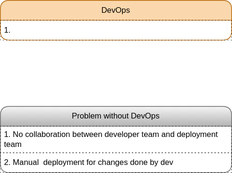
This is DevOp/devops.svg from knkrn5/Programming-Concepts, a draw.io export, as it was before one commit. Source tidied: cells renumbered, new cells last; positions are measured from the earlier drawing's top-left corner, leaving out a move shared by most shapes.
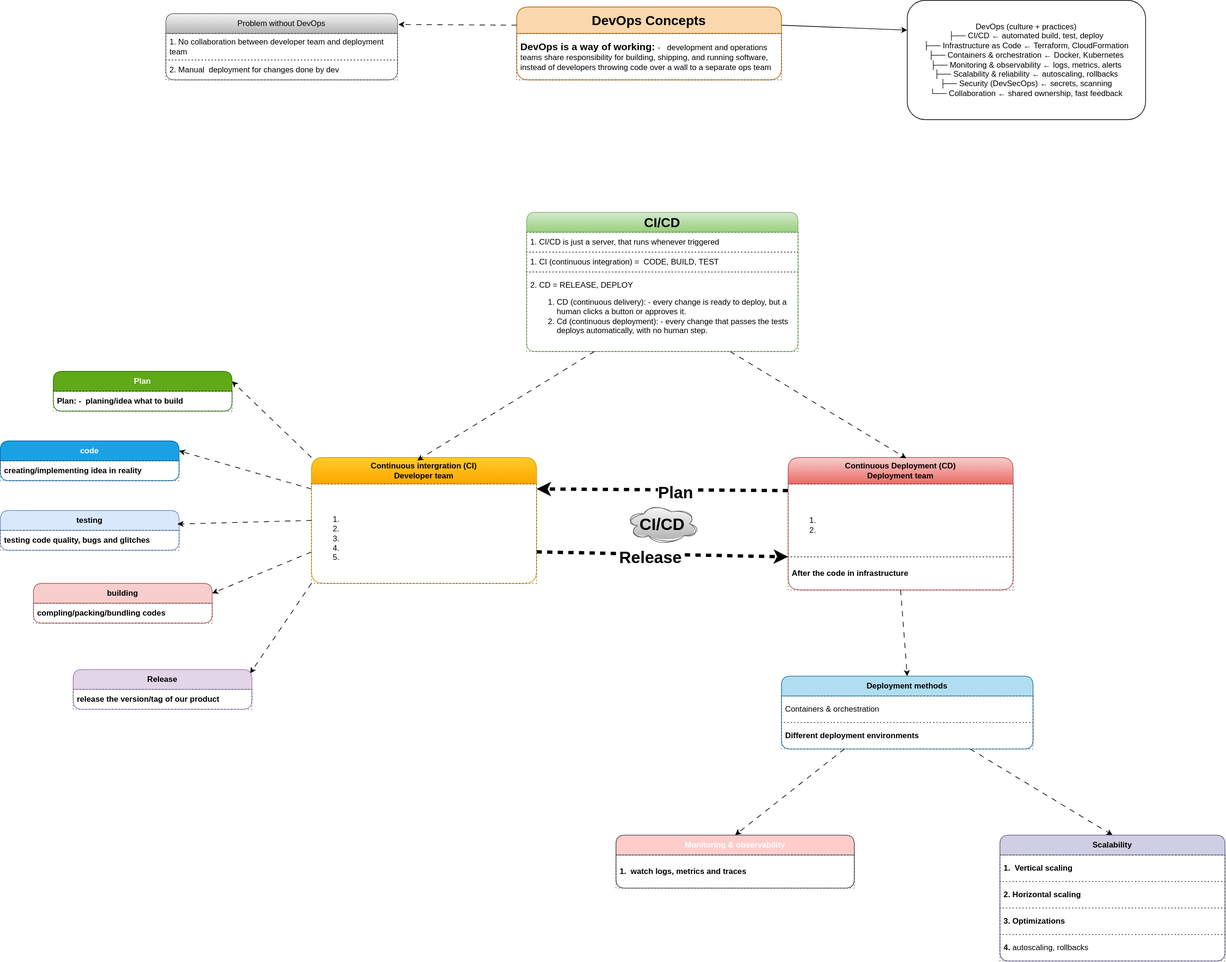
After the change.

Commit message:
Refactor code structure for improved readability and maintainability

Diff of the diagram source:
```diff
@@ -2,14 +2,17 @@
   <root>
     <mxCell id="0" />
     <mxCell id="1" parent="0" />
+    <mxCell id="7" style="edgeStyle=none;html=1;exitX=1;exitY=0.25;exitDx=0;exitDy=0;entryX=0;entryY=0.25;entryDx=0;entryDy=0;" parent="1" edge="1" source="2" target="53">
+      <mxGeometry relative="1" as="geometry" />
+    </mxCell>
-    <mxCell id="2" value="DevOps" style="swimlane;fontStyle=0;horizontal=1;startSize=30;whiteSpace=wrap;html=1;rounded=1;fillColor=#fad7ac;strokeColor=#b46504;" parent="1" vertex="1">
-      <mxGeometry width="350" height="60" as="geometry" />
+    <mxCell id="2" value="&lt;b&gt;&lt;font style=&quot;font-size: 20px;&quot;&gt;DevOps Concepts&lt;/font&gt;&lt;/b&gt;" style="swimlane;fontStyle=0;horizontal=1;startSize=40;whiteSpace=wrap;html=1;rounded=1;fillColor=#fad7ac;strokeColor=#b46504;" parent="1" vertex="1">
+      <mxGeometry x="-110" y="-40" width="400" height="110" as="geometry" />
     </mxCell>
-    <mxCell id="3" value="1.&amp;nbsp;" style="text;strokeColor=default;fillColor=none;align=left;verticalAlign=middle;spacingLeft=4;spacingRight=4;overflow=hidden;whiteSpace=wrap;html=1;rounded=0;dashed=1;dashPattern=1 4;" parent="2" vertex="1">
-      <mxGeometry y="30" width="350" height="30" as="geometry" />
+    <mxCell id="3" value="&lt;b&gt;&lt;font style=&quot;font-size: 15px;&quot;&gt;DevOps is a way of working: &lt;/font&gt;&lt;/b&gt;-&amp;nbsp;&amp;nbsp; &lt;span style=&quot;background-color: light-dark(rgb(255, 255, 255), rgb(51, 0, 102));&quot;&gt;development&lt;/span&gt; and &lt;span style=&quot;background-color: light-dark(rgb(255, 255, 255), rgb(0, 102, 51));&quot;&gt;operations teams&lt;/span&gt; share responsibility for building, shipping, and running software, instead of developers throwing code over a wall to a separate ops team" style="text;strokeColor=default;fillColor=none;align=left;verticalAlign=middle;spacingLeft=4;spacingRight=4;overflow=hidden;whiteSpace=wrap;html=1;rounded=0;dashed=1;dashPattern=1 4;" parent="2" vertex="1">
+      <mxGeometry y="40" width="400" height="70" as="geometry" />
     </mxCell>
     <mxCell id="4" value="Problem without DevOps" style="swimlane;fontStyle=0;horizontal=1;startSize=30;whiteSpace=wrap;html=1;rounded=1;fillColor=#f5f5f5;strokeColor=#666666;gradientColor=#b3b3b3;" parent="1" vertex="1">
-      <mxGeometry y="160" width="350" height="100" as="geometry" />
+      <mxGeometry x="-640" y="-30" width="350" height="100" as="geometry" />
     </mxCell>
     <mxCell id="5" value="1. No collaboration between developer team and deployment team" style="text;strokeColor=default;fillColor=none;align=left;verticalAlign=middle;spacingLeft=4;spacingRight=4;overflow=hidden;whiteSpace=wrap;html=1;rounded=0;dashed=1;dashPattern=1 4;" parent="4" vertex="1">
       <mxGeometry y="30" width="350" height="40" as="geometry" />
@@ -17,5 +20,145 @@
     <mxCell id="6" value="2. Manual&amp;nbsp; deployment for changes done by dev" style="text;strokeColor=default;fillColor=none;align=left;verticalAlign=middle;spacingLeft=4;spacingRight=4;overflow=hidden;whiteSpace=wrap;html=1;rounded=0;dashed=1;dashPattern=1 4;" parent="4" vertex="1">
       <mxGeometry y="70" width="350" height="30" as="geometry" />
     </mxCell>
+    <mxCell id="8" style="edgeStyle=none;html=1;exitX=1;exitY=0.75;exitDx=0;exitDy=0;entryX=0;entryY=0.75;entryDx=0;entryDy=0;endSize=6;strokeWidth=5;flowAnimation=1;" parent="1" edge="1" source="14" target="30">
+      <mxGeometry relative="1" as="geometry" />
+    </mxCell>
+    <mxCell id="9" value="&lt;b&gt;&lt;font style=&quot;font-size: 25px;&quot;&gt;Release&lt;/font&gt;&lt;/b&gt;" style="edgeLabel;html=1;align=center;verticalAlign=middle;" parent="8" vertex="1">
+      <mxGeometry x="-0.1" y="-4" relative="1" as="geometry" />
+    </mxCell>
+    <mxCell id="10" style="edgeStyle=none;html=1;exitX=0;exitY=0;exitDx=0;exitDy=0;entryX=1;entryY=0.25;entryDx=0;entryDy=0;flowAnimation=1;" parent="1" edge="1" source="14" target="16">
+      <mxGeometry relative="1" as="geometry" />
+    </mxCell>
+    <mxCell id="11" style="edgeStyle=none;html=1;exitX=0;exitY=0.25;exitDx=0;exitDy=0;entryX=1;entryY=0.25;entryDx=0;entryDy=0;flowAnimation=1;" parent="1" edge="1" source="14" target="18">
+      <mxGeometry relative="1" as="geometry" />
+    </mxCell>
+    <mxCell id="12" style="edgeStyle=none;html=1;exitX=0;exitY=0.75;exitDx=0;exitDy=0;entryX=1;entryY=0.25;entryDx=0;entryDy=0;flowAnimation=1;" parent="1" edge="1" source="14" target="22">
+      <mxGeometry relative="1" as="geometry" />
+    </mxCell>
+    <mxCell id="13" style="edgeStyle=none;html=1;exitX=0;exitY=1;exitDx=0;exitDy=0;entryX=0.99;entryY=0.098;entryDx=0;entryDy=0;entryPerimeter=0;flowAnimation=1;" parent="1" edge="1" source="14" target="24">
+      <mxGeometry relative="1" as="geometry" />
+    </mxCell>
+    <mxCell id="14" value="&lt;b&gt;Continuous intergration (CI)&lt;br&gt;Developer team&lt;/b&gt;" style="swimlane;fontStyle=0;horizontal=1;startSize=40;whiteSpace=wrap;html=1;rounded=1;fillColor=#ffcd28;strokeColor=#d79b00;gradientColor=#ffa500;" parent="1" vertex="1">
+      <mxGeometry x="-420" y="640" width="340" height="190" as="geometry" />
+    </mxCell>
+    <mxCell id="15" value="&lt;span style=&quot;color: light-dark(rgb(255, 255, 255), rgb(255, 255, 255));&quot;&gt;&lt;b&gt;CI includes: -&amp;nbsp;&lt;/b&gt;&lt;br&gt;&lt;/span&gt;&lt;ol&gt;&lt;li&gt;&lt;span style=&quot;color: light-dark(rgb(255, 255, 255), rgb(255, 255, 255));&quot;&gt;planing&lt;/span&gt;&lt;/li&gt;&lt;li&gt;&lt;span style=&quot;color: light-dark(rgb(255, 255, 255), rgb(255, 255, 255));&quot;&gt;coding&lt;/span&gt;&lt;/li&gt;&lt;li&gt;&lt;span style=&quot;color: light-dark(rgb(255, 255, 255), rgb(255, 255, 255));&quot;&gt;testing&lt;/span&gt;&lt;/li&gt;&lt;li&gt;&lt;span style=&quot;color: light-dark(rgb(255, 255, 255), rgb(255, 255, 255));&quot;&gt;building&lt;/span&gt;&lt;/li&gt;&lt;li&gt;&lt;span style=&quot;color: light-dark(rgb(255, 255, 255), rgb(255, 255, 255));&quot;&gt;release&lt;/span&gt;&lt;/li&gt;&lt;/ol&gt;" style="text;strokeColor=default;fillColor=none;align=left;verticalAlign=middle;spacingLeft=4;spacingRight=4;overflow=hidden;whiteSpace=wrap;html=1;dashed=1;dashPattern=1 4;" parent="14" vertex="1">
+      <mxGeometry y="40" width="340" height="150" as="geometry" />
+    </mxCell>
+    <mxCell id="16" value="&lt;b&gt;Plan&lt;/b&gt;" style="swimlane;fontStyle=0;horizontal=1;startSize=30;whiteSpace=wrap;html=1;rounded=1;fillColor=#60a917;strokeColor=#2D7600;fontColor=#ffffff;" parent="1" vertex="1">
+      <mxGeometry x="-810" y="510" width="270" height="60" as="geometry" />
+    </mxCell>
+    <mxCell id="17" value="&lt;b&gt;Plan: -&amp;nbsp; planing/idea what to build&lt;/b&gt;" style="text;strokeColor=default;fillColor=none;align=left;verticalAlign=middle;spacingLeft=4;spacingRight=4;overflow=hidden;whiteSpace=wrap;html=1;dashed=1;dashPattern=1 4;" parent="16" vertex="1">
+      <mxGeometry y="30" width="270" height="30" as="geometry" />
+    </mxCell>
+    <mxCell id="18" value="&lt;b&gt;code&lt;/b&gt;" style="swimlane;fontStyle=0;horizontal=1;startSize=30;whiteSpace=wrap;html=1;rounded=1;fillColor=#1ba1e2;strokeColor=#006EAF;fontColor=#ffffff;" parent="1" vertex="1">
+      <mxGeometry x="-890" y="615" width="270" height="60" as="geometry" />
+    </mxCell>
+    <mxCell id="19" value="&lt;b&gt;creating/implementing idea in reality&lt;/b&gt;" style="text;strokeColor=default;fillColor=none;align=left;verticalAlign=middle;spacingLeft=4;spacingRight=4;overflow=hidden;whiteSpace=wrap;html=1;dashed=1;dashPattern=1 4;" parent="18" vertex="1">
+      <mxGeometry y="30" width="270" height="30" as="geometry" />
+    </mxCell>
+    <mxCell id="20" value="&lt;b&gt;testing&lt;/b&gt;" style="swimlane;fontStyle=0;horizontal=1;startSize=30;whiteSpace=wrap;html=1;rounded=1;fillColor=#dae8fc;strokeColor=#6c8ebf;" parent="1" vertex="1">
+      <mxGeometry x="-890" y="720" width="270" height="60" as="geometry" />
+    </mxCell>
+    <mxCell id="21" value="&lt;b&gt;testing code quality, bugs and glitches&lt;/b&gt;" style="text;strokeColor=default;fillColor=none;align=left;verticalAlign=middle;spacingLeft=4;spacingRight=4;overflow=hidden;whiteSpace=wrap;html=1;dashed=1;dashPattern=1 4;" parent="20" vertex="1">
+      <mxGeometry y="30" width="270" height="30" as="geometry" />
+    </mxCell>
+    <mxCell id="22" value="&lt;b&gt;building&lt;/b&gt;" style="swimlane;fontStyle=0;horizontal=1;startSize=30;whiteSpace=wrap;html=1;rounded=1;fillColor=#f8cecc;strokeColor=#b85450;" parent="1" vertex="1">
+      <mxGeometry x="-840" y="830" width="270" height="60" as="geometry" />
+    </mxCell>
+    <mxCell id="23" value="&lt;b&gt;compling/packing/bundling codes&lt;/b&gt;" style="text;strokeColor=default;fillColor=none;align=left;verticalAlign=middle;spacingLeft=4;spacingRight=4;overflow=hidden;whiteSpace=wrap;html=1;dashed=1;dashPattern=1 4;" parent="22" vertex="1">
+      <mxGeometry y="30" width="270" height="30" as="geometry" />
+    </mxCell>
+    <mxCell id="24" value="&lt;b&gt;Release&lt;/b&gt;" style="swimlane;fontStyle=0;horizontal=1;startSize=30;whiteSpace=wrap;html=1;rounded=1;fillColor=#e1d5e7;strokeColor=#9673a6;" parent="1" vertex="1">
+      <mxGeometry x="-780" y="960" width="270" height="60" as="geometry" />
+    </mxCell>
+    <mxCell id="25" value="&lt;b&gt;release the version/tag of our product&lt;/b&gt;" style="text;strokeColor=default;fillColor=none;align=left;verticalAlign=middle;spacingLeft=4;spacingRight=4;overflow=hidden;whiteSpace=wrap;html=1;dashed=1;dashPattern=1 4;" parent="24" vertex="1">
+      <mxGeometry y="30" width="270" height="30" as="geometry" />
+    </mxCell>
+    <mxCell id="26" style="edgeStyle=none;html=1;exitX=0;exitY=0.25;exitDx=0;exitDy=0;entryX=1;entryY=0.25;entryDx=0;entryDy=0;strokeWidth=5;flowAnimation=1;" parent="1" edge="1" source="30" target="14">
+      <mxGeometry relative="1" as="geometry" />
+    </mxCell>
+    <mxCell id="27" value="&lt;b&gt;&lt;font style=&quot;font-size: 25px;&quot;&gt;Plan&lt;/font&gt;&lt;/b&gt;" style="edgeLabel;html=1;align=center;verticalAlign=middle;" parent="26" vertex="1">
+      <mxGeometry x="-0.17" y="3" relative="1" as="geometry">
+        <mxPoint x="-12" as="offset" />
+      </mxGeometry>
+    </mxCell>
+    <mxCell id="28" style="edgeStyle=none;html=1;exitX=0.75;exitY=1;exitDx=0;exitDy=0;entryX=0.5;entryY=0;entryDx=0;entryDy=0;flowAnimation=1;" parent="1" edge="1" source="33" target="36">
+      <mxGeometry relative="1" as="geometry" />
+    </mxCell>
+    <mxCell id="29" style="edgeStyle=none;html=1;exitX=0.25;exitY=1;exitDx=0;exitDy=0;entryX=0.5;entryY=0;entryDx=0;entryDy=0;flowAnimation=1;" parent="1" edge="1" source="33" target="41">
+      <mxGeometry relative="1" as="geometry" />
+    </mxCell>
+    <mxCell id="30" value="&lt;b&gt;Continuous Deployment (CD)&lt;br&gt;Deployment team&lt;/b&gt;" style="swimlane;fontStyle=0;horizontal=1;startSize=40;whiteSpace=wrap;html=1;rounded=1;fillColor=#f8cecc;strokeColor=#b85450;gradientColor=#ea6b66;" parent="1" vertex="1">
+      <mxGeometry x="300" y="640" width="340" height="200" as="geometry" />
+    </mxCell>
+    <mxCell id="31" value="&lt;span style=&quot;color: light-dark(rgb(255, 255, 255), rgb(255, 255, 255));&quot;&gt;&lt;b&gt;CD includes: -&amp;nbsp;&lt;/b&gt;&lt;br&gt;&lt;/span&gt;&lt;ol&gt;&lt;li&gt;&lt;span style=&quot;color: light-dark(rgb(255, 255, 255), rgb(255, 255, 255));&quot;&gt;deploy the build/tested code to remote server&lt;/span&gt;&lt;/li&gt;&lt;li&gt;&lt;span style=&quot;color: light-dark(rgb(255, 255, 255), rgb(255, 255, 255));&quot;&gt;measurements like logs, obserbility etc&lt;/span&gt;&lt;/li&gt;&lt;/ol&gt;" style="text;strokeColor=default;fillColor=none;align=left;verticalAlign=middle;spacingLeft=4;spacingRight=4;overflow=hidden;whiteSpace=wrap;html=1;dashed=1;dashPattern=1 4;" parent="30" vertex="1">
+      <mxGeometry y="40" width="340" height="110" as="geometry" />
+    </mxCell>
+    <mxCell id="32" value="&lt;b&gt;After the code in infrastructure&lt;/b&gt;" style="text;strokeColor=default;fillColor=none;align=left;verticalAlign=middle;spacingLeft=4;spacingRight=4;overflow=hidden;whiteSpace=wrap;html=1;dashed=1;dashPattern=1 4;" parent="30" vertex="1">
+      <mxGeometry y="150" width="340" height="50" as="geometry" />
+    </mxCell>
+    <mxCell id="33" value="&lt;b&gt;Deployment methods&lt;/b&gt;" style="swimlane;fontStyle=0;horizontal=1;startSize=30;whiteSpace=wrap;html=1;rounded=1;fillColor=#b1ddf0;strokeColor=#10739e;" parent="1" vertex="1">
+      <mxGeometry x="290" y="970" width="380" height="110" as="geometry" />
+    </mxCell>
+    <mxCell id="34" value="Containers &amp;amp; orchestration" style="text;strokeColor=default;fillColor=none;align=left;verticalAlign=middle;spacingLeft=4;spacingRight=4;overflow=hidden;whiteSpace=wrap;html=1;dashed=1;dashPattern=1 4;" parent="33" vertex="1">
+      <mxGeometry y="30" width="380" height="40" as="geometry" />
+    </mxCell>
+    <mxCell id="35" value="&lt;b&gt;Different deployment environments&lt;/b&gt;" style="text;strokeColor=default;fillColor=none;align=left;verticalAlign=middle;spacingLeft=4;spacingRight=4;overflow=hidden;whiteSpace=wrap;html=1;dashed=1;dashPattern=1 4;" parent="33" vertex="1">
+      <mxGeometry y="70" width="380" height="40" as="geometry" />
+    </mxCell>
+    <mxCell id="36" value="&lt;b&gt;Scalability&lt;/b&gt;" style="swimlane;fontStyle=0;horizontal=1;startSize=30;whiteSpace=wrap;html=1;rounded=1;fillColor=#d0cee2;strokeColor=#56517e;" parent="1" vertex="1">
+      <mxGeometry x="620" y="1210" width="340" height="190" as="geometry" />
+    </mxCell>
+    <mxCell id="37" value="&lt;b&gt;1.&amp;nbsp; Vertical scaling&lt;/b&gt;" style="text;strokeColor=default;fillColor=none;align=left;verticalAlign=middle;spacingLeft=4;spacingRight=4;overflow=hidden;whiteSpace=wrap;html=1;dashed=1;dashPattern=1 4;" parent="36" vertex="1">
+      <mxGeometry y="30" width="340" height="40" as="geometry" />
+    </mxCell>
+    <mxCell id="38" value="&lt;b&gt;2. Horizontal scaling&lt;/b&gt;" style="text;strokeColor=default;fillColor=none;align=left;verticalAlign=middle;spacingLeft=4;spacingRight=4;overflow=hidden;whiteSpace=wrap;html=1;dashed=1;dashPattern=1 4;" parent="36" vertex="1">
+      <mxGeometry y="70" width="340" height="40" as="geometry" />
+    </mxCell>
+    <mxCell id="39" value="&lt;b&gt;3. Optimizations&lt;/b&gt;" style="text;strokeColor=default;fillColor=none;align=left;verticalAlign=middle;spacingLeft=4;spacingRight=4;overflow=hidden;whiteSpace=wrap;html=1;dashed=1;dashPattern=1 4;" parent="36" vertex="1">
+      <mxGeometry y="110" width="340" height="40" as="geometry" />
+    </mxCell>
+    <mxCell id="40" value="&lt;b&gt;4.&amp;nbsp;&lt;/b&gt;autoscaling, rollbacks" style="text;strokeColor=default;fillColor=none;align=left;verticalAlign=middle;spacingLeft=4;spacingRight=4;overflow=hidden;whiteSpace=wrap;html=1;dashed=1;dashPattern=1 4;" parent="36" vertex="1">
+      <mxGeometry y="150" width="340" height="40" as="geometry" />
+    </mxCell>
+    <mxCell id="41" value="&lt;span style=&quot;color: light-dark(rgb(255, 255, 255), rgb(255, 255, 255));&quot;&gt;&lt;b&gt;Monitoring &amp;amp; observability&lt;/b&gt;&lt;/span&gt;" style="swimlane;fontStyle=0;horizontal=1;startSize=30;whiteSpace=wrap;html=1;rounded=1;fillColor=#ffcccc;strokeColor=#36393d;" parent="1" vertex="1">
+      <mxGeometry x="40" y="1210" width="360" height="80" as="geometry" />
+    </mxCell>
+    <mxCell id="42" value="&lt;b&gt;1.&amp;nbsp; watch logs, metrics and traces&lt;/b&gt;" style="text;strokeColor=default;fillColor=none;align=left;verticalAlign=middle;spacingLeft=4;spacingRight=4;overflow=hidden;whiteSpace=wrap;html=1;dashed=1;dashPattern=1 4;" parent="41" vertex="1">
+      <mxGeometry y="30" width="360" height="50" as="geometry" />
+    </mxCell>
+    <mxCell id="43" style="edgeStyle=none;html=1;exitX=0.75;exitY=1;exitDx=0;exitDy=0;entryX=0.525;entryY=0.006;entryDx=0;entryDy=0;entryPerimeter=0;flowAnimation=1;" parent="1" edge="1" source="44" target="30">
+      <mxGeometry relative="1" as="geometry" />
+    </mxCell>
+    <mxCell id="44" value="&lt;b&gt;&lt;font style=&quot;font-size: 20px;&quot;&gt;CI/CD&lt;/font&gt;&lt;/b&gt;" style="swimlane;fontStyle=0;horizontal=1;startSize=30;whiteSpace=wrap;html=1;rounded=1;fillColor=#d5e8d4;strokeColor=#82b366;gradientColor=#97d077;" parent="1" vertex="1">
+      <mxGeometry x="-95" y="270" width="410" height="210" as="geometry" />
+    </mxCell>
+    <mxCell id="45" value="1. CI/CD is just a server, that runs whenever triggered" style="text;strokeColor=default;fillColor=none;align=left;verticalAlign=middle;spacingLeft=4;spacingRight=4;overflow=hidden;whiteSpace=wrap;html=1;dashed=1;dashPattern=1 4;" parent="44" vertex="1">
+      <mxGeometry y="30" width="410" height="30" as="geometry" />
+    </mxCell>
+    <mxCell id="46" value="1. CI (continuous integration) =&amp;nbsp; CODE, BUILD, TEST" style="text;strokeColor=default;fillColor=none;align=left;verticalAlign=middle;spacingLeft=4;spacingRight=4;overflow=hidden;whiteSpace=wrap;html=1;dashed=1;dashPattern=1 4;" parent="44" vertex="1">
+      <mxGeometry y="60" width="410" height="30" as="geometry" />
+    </mxCell>
+    <mxCell id="47" value="&lt;font style=&quot;color: light-dark(rgb(0, 0, 0), rgb(255, 255, 255));&quot;&gt;2. CD = RELEASE, DEPLOY&lt;/font&gt;&lt;div&gt;&lt;ol&gt;&lt;li&gt;&lt;font style=&quot;color: light-dark(rgb(0, 0, 0), rgb(255, 255, 255));&quot;&gt;CD (continuous delivery): -&amp;nbsp;every change is ready to deploy, but a human clicks a button or approves it.&lt;/font&gt;&lt;/li&gt;&lt;li&gt;&lt;font style=&quot;color: light-dark(rgb(0, 0, 0), rgb(255, 255, 255));&quot;&gt;Cd (continuous deployment): -&amp;nbsp;every change that passes the tests deploys automatically, with no human step.&lt;/font&gt;&lt;/li&gt;&lt;/ol&gt;&lt;/div&gt;" style="text;strokeColor=default;fillColor=none;align=left;verticalAlign=middle;spacingLeft=4;spacingRight=4;overflow=hidden;whiteSpace=wrap;html=1;dashed=1;dashPattern=1 4;" parent="44" vertex="1">
+      <mxGeometry y="90" width="410" height="120" as="geometry" />
+    </mxCell>
+    <mxCell id="48" style="edgeStyle=none;html=1;exitX=0;exitY=0.5;exitDx=0;exitDy=0;entryX=0.991;entryY=0.341;entryDx=0;entryDy=0;entryPerimeter=0;flowAnimation=1;" parent="1" edge="1" source="14" target="20">
+      <mxGeometry relative="1" as="geometry" />
+    </mxCell>
+    <mxCell id="49" style="edgeStyle=none;html=1;entryX=0.5;entryY=0;entryDx=0;entryDy=0;flowAnimation=1;exitX=0.5;exitY=1;exitDx=0;exitDy=0;" parent="1" edge="1" source="30" target="33">
+      <mxGeometry relative="1" as="geometry" />
+    </mxCell>
+    <mxCell id="50" value="&lt;b&gt;&lt;font style=&quot;font-size: 25px;&quot;&gt;CI/CD&lt;/font&gt;&lt;/b&gt;" style="ellipse;shape=cloud;whiteSpace=wrap;html=1;fillColor=#f5f5f5;gradientColor=#b3b3b3;strokeColor=#666666;sketch=1;curveFitting=1;jiggle=2;" parent="1" vertex="1">
+      <mxGeometry x="55" y="710" width="110" height="60" as="geometry" />
+    </mxCell>
+    <mxCell id="51" style="edgeStyle=none;html=1;exitX=0.25;exitY=1;exitDx=0;exitDy=0;entryX=0.47;entryY=0.023;entryDx=0;entryDy=0;entryPerimeter=0;flowAnimation=1;" parent="1" edge="1" source="44" target="14">
+      <mxGeometry relative="1" as="geometry" />
+    </mxCell>
+    <mxCell id="52" style="edgeStyle=none;html=1;exitX=0;exitY=0.25;exitDx=0;exitDy=0;entryX=1.004;entryY=0.164;entryDx=0;entryDy=0;entryPerimeter=0;flowAnimation=1;" parent="1" edge="1" source="2" target="4">
+      <mxGeometry relative="1" as="geometry" />
+    </mxCell>
+    <mxCell id="53" value="DevOps (culture + practices)&lt;br/&gt;├── CI/CD                      ← automated build, test, deploy&lt;br/&gt;├── Infrastructure as Code     ← Terraform, CloudFormation&lt;br/&gt;├── Containers &amp;amp; orchestration ← Docker, Kubernetes&lt;br/&gt;├── Monitoring &amp;amp; observability ← logs, metrics, alerts&lt;br/&gt;├── Scalability &amp;amp; reliability  ← autoscaling, rollbacks&lt;br/&gt;├── Security (DevSecOps)       ← secrets, scanning&lt;br/&gt;└── Collaboration              ← shared ownership, fast feedback" style="rounded=1;whiteSpace=wrap;html=1;" parent="1" vertex="1">
+      <mxGeometry x="480" y="-50" width="360" height="180" as="geometry" />
+    </mxCell>
   </root>
 </mxGraphModel>
```
